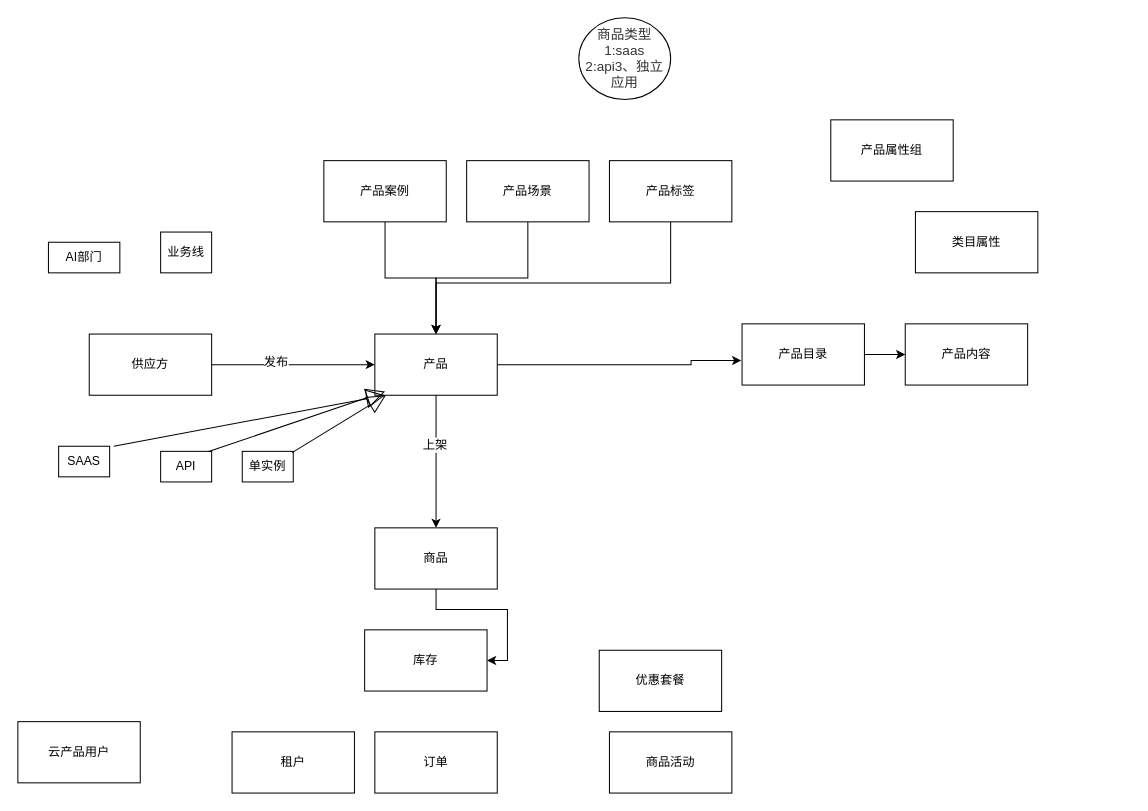
Before: page "Page-4" (4 of 4) of 微医云模块.drawio in liaosg/test, a draw.io diagram. Source tidied: cells renumbered, new cells numbered last; positions are measured from the earlier drawing's top-left corner, leaving out a move shared by most shapes. Both pictures are drawn from the tidied source at 102%, with x=0, y=0 at pixel (17, 17).
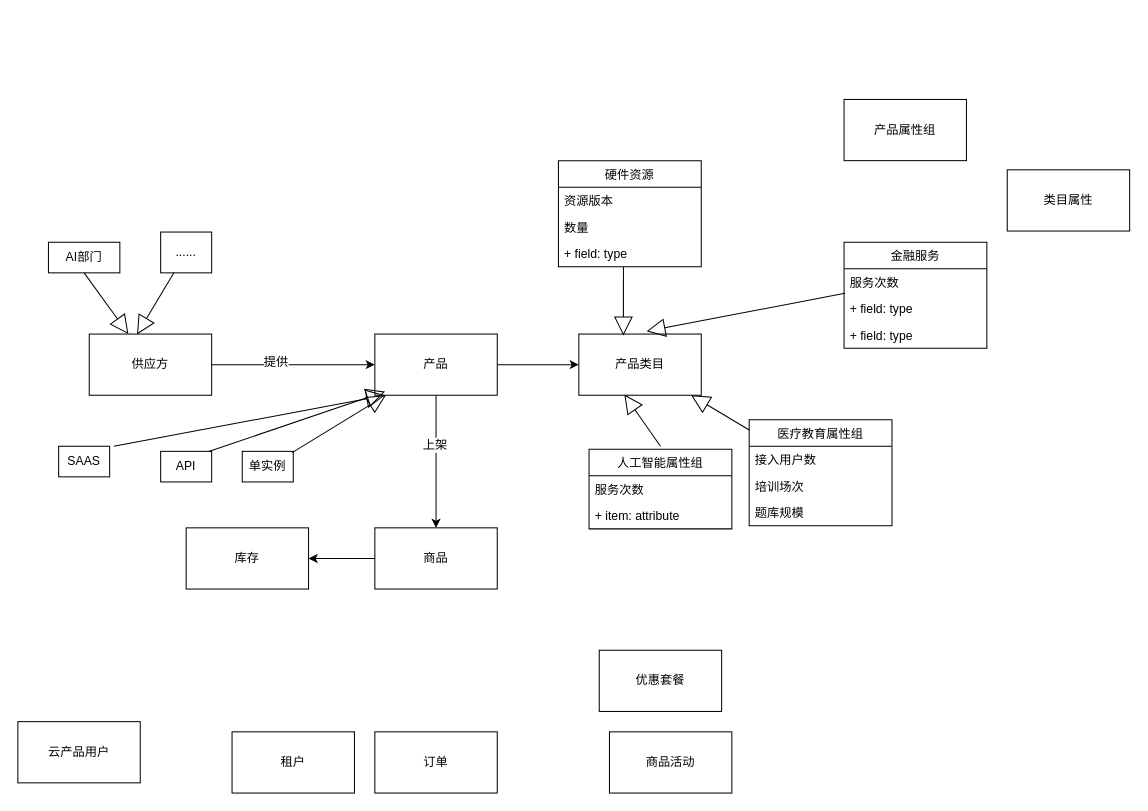
Above is the later version.

Commit message:
Update 微医云模块.drawio

The change refers to these unchanged cells:
```xml
<mxCell id="5" value="产品" style="rounded=0;whiteSpace=wrap;html=1;" parent="1" vertex="1">
  <mxGeometry x="350" y="310" width="120" height="60" as="geometry" />
</mxCell>
<mxCell id="6" value="AI部门" style="rounded=0;whiteSpace=wrap;html=1;" parent="1" vertex="1">
  <mxGeometry x="30" y="220" width="70" height="30" as="geometry" />
</mxCell>
<mxCell id="7" style="edgeStyle=orthogonalEdgeStyle;rounded=0;jettySize=auto;html=1;entryX=0;entryY=0.5;entryDx=0;entryDy=0;" parent="1" edge="1" source="9" target="5">
  <mxGeometry relative="1" as="geometry" />
</mxCell>
<mxCell id="9" value="供应方" style="rounded=0;whiteSpace=wrap;html=1;" parent="1" vertex="1">
  <mxGeometry x="70" y="310" width="120" height="60" as="geometry" />
</mxCell>
```

The edit, as a diff of the source:
```diff
@@
-    <mxCell id="4" style="edgeStyle=orthogonalEdgeStyle;rounded=0;jettySize=auto;html=1;entryX=-0.007;entryY=0.598;entryDx=0;entryDy=0;entryPerimeter=0;" parent="1" edge="1" source="5" target="12">
-      <mxGeometry relative="1" as="geometry">
-        <Array as="points">
-          <mxPoint x="660" y="340" />
-          <mxPoint x="660" y="336" />
-        </Array>
-      </mxGeometry>
+    <mxCell id="4" style="edgeStyle=orthogonalEdgeStyle;rounded=0;jettySize=auto;html=1;entryX=0;entryY=0.5;entryDx=0;entryDy=0;" parent="1" edge="1" source="5" target="12">
+      <mxGeometry relative="1" as="geometry" />
     </mxCell>
@@
-    <mxCell id="8" value="发布" style="text;html=1;align=center;verticalAlign=middle;labelBackgroundColor=#ffffff;" parent="7" vertex="1">
+    <mxCell id="8" value="提供" style="text;html=1;align=center;verticalAlign=middle;labelBackgroundColor=#ffffff;" parent="7" vertex="1">
       <mxGeometry x="-0.23" y="3" relative="1" as="geometry" />
     </mxCell>
@@
-    <mxCell id="10" value="业务线" style="rounded=0;whiteSpace=wrap;html=1;" parent="1" vertex="1">
+    <mxCell id="10" value="......" style="rounded=0;whiteSpace=wrap;html=1;" parent="1" vertex="1">
       <mxGeometry x="140" y="210" width="50" height="40" as="geometry" />
     </mxCell>
-    <mxCell id="11" style="edgeStyle=orthogonalEdgeStyle;rounded=0;jettySize=auto;html=1;" parent="1" edge="1" source="12" target="30">
-      <mxGeometry relative="1" as="geometry" />
-    </mxCell>
-    <mxCell id="12" value="产品目录" style="rounded=0;whiteSpace=wrap;html=1;" parent="1" vertex="1">
-      <mxGeometry x="710" y="300" width="120" height="60" as="geometry" />
+    <mxCell id="12" value="产品类目" style="rounded=0;whiteSpace=wrap;html=1;" parent="1" vertex="1">
+      <mxGeometry x="550" y="310" width="120" height="60" as="geometry" />
     </mxCell>
@@
     <mxCell id="18" value="类目属性" style="rounded=0;whiteSpace=wrap;html=1;" parent="1" vertex="1">
-      <mxGeometry x="880" y="190" width="120" height="60" as="geometry" />
+      <mxGeometry x="970" y="149" width="120" height="60" as="geometry" />
     </mxCell>
     <mxCell id="19" value="产品属性组" style="rounded=0;whiteSpace=wrap;html=1;" parent="1" vertex="1">
-      <mxGeometry x="797" y="100" width="120" height="60" as="geometry" />
+      <mxGeometry x="810" y="80" width="120" height="60" as="geometry" />
     </mxCell>
     <mxCell id="20" value="库存" style="rounded=0;whiteSpace=wrap;html=1;" parent="1" vertex="1">
-      <mxGeometry x="340" y="600" width="120" height="60" as="geometry" />
+      <mxGeometry x="165" y="500" width="120" height="60" as="geometry" />
     </mxCell>
@@
-    <mxCell id="23" value="&lt;span style=&quot;color: rgb(51 , 51 , 51) ; font-family: &amp;#34;arial&amp;#34; , &amp;#34;helvetica&amp;#34; , &amp;#34;freesans&amp;#34; , sans-serif ; font-size: 13.3333px ; text-align: left ; white-space: normal ; background-color: rgb(255 , 255 , 255)&quot;&gt;商品类型 1:saas 2:api3、独立应用&lt;/span&gt;" style="ellipse;whiteSpace=wrap;html=1;" parent="1" vertex="1">
-      <mxGeometry x="550" width="90" height="80" as="geometry" />
-    </mxCell>
-    <mxCell id="24" style="edgeStyle=orthogonalEdgeStyle;rounded=0;jettySize=auto;html=1;entryX=0.5;entryY=0;entryDx=0;entryDy=0;" parent="1" edge="1" source="25" target="5">
-      <mxGeometry relative="1" as="geometry" />
-    </mxCell>
-    <mxCell id="25" value="产品案例" style="rounded=0;whiteSpace=wrap;html=1;" parent="1" vertex="1">
-      <mxGeometry x="300" y="140" width="120" height="60" as="geometry" />
-    </mxCell>
-    <mxCell id="26" style="edgeStyle=orthogonalEdgeStyle;rounded=0;jettySize=auto;html=1;entryX=0.5;entryY=0;entryDx=0;entryDy=0;" parent="1" edge="1" source="27" target="5">
-      <mxGeometry relative="1" as="geometry" />
-    </mxCell>
-    <mxCell id="27" value="产品场景" style="rounded=0;whiteSpace=wrap;html=1;" parent="1" vertex="1">
-      <mxGeometry x="440" y="140" width="120" height="60" as="geometry" />
-    </mxCell>
-    <mxCell id="28" style="edgeStyle=orthogonalEdgeStyle;rounded=0;jettySize=auto;html=1;" parent="1" edge="1" source="29">
-      <mxGeometry relative="1" as="geometry">
-        <mxPoint x="410" y="310" as="targetPoint" />
-        <Array as="points">
-          <mxPoint x="640" y="260" />
-          <mxPoint x="410" y="260" />
-        </Array>
-      </mxGeometry>
-    </mxCell>
-    <mxCell id="29" value="产品标签" style="rounded=0;whiteSpace=wrap;html=1;" parent="1" vertex="1">
-      <mxGeometry x="580" y="140" width="120" height="60" as="geometry" />
-    </mxCell>
-    <mxCell id="30" value="产品内容" style="rounded=0;whiteSpace=wrap;html=1;" parent="1" vertex="1">
-      <mxGeometry x="870" y="300" width="120" height="60" as="geometry" />
-    </mxCell>
@@
+    <mxCell id="37" style="endArrow=block;endSize=16;endFill=0;html=1;exitX=0.5;exitY=1;exitDx=0;exitDy=0;" parent="1" edge="1" source="6" target="9">
+      <mxGeometry relative="1" as="geometry" />
+    </mxCell>
+    <mxCell id="38" style="endArrow=block;endSize=16;endFill=0;html=1;entryX=0.39;entryY=0.006;entryDx=0;entryDy=0;entryPerimeter=0;" parent="1" edge="1" source="10" target="9">
+      <mxGeometry relative="1" as="geometry" />
+    </mxCell>
+    <mxCell id="39" style="endArrow=block;endSize=16;endFill=0;html=1;entryX=0.553;entryY=-0.045;entryDx=0;entryDy=0;entryPerimeter=0;exitX=0.006;exitY=-0.075;exitDx=0;exitDy=0;exitPerimeter=0;" parent="1" edge="1" source="54" target="12">
+      <mxGeometry relative="1" as="geometry" />
+    </mxCell>
+    <mxCell id="40" value="人工智能属性组" style="swimlane;fontStyle=0;horizontal=1;startSize=26;fillColor=none;" parent="1" vertex="1">
+      <mxGeometry x="560" y="423" width="140" height="78" as="geometry" />
+    </mxCell>
+    <mxCell id="41" value="服务次数" style="text;strokeColor=none;fillColor=none;align=left;verticalAlign=top;spacingLeft=4;spacingRight=4;overflow=hidden;" parent="40" vertex="1">
+      <mxGeometry y="26" width="140" height="26" as="geometry" />
+    </mxCell>
+    <mxCell id="42" value="+ item: attribute" style="text;strokeColor=none;fillColor=none;align=left;verticalAlign=top;spacingLeft=4;spacingRight=4;overflow=hidden;" parent="40" vertex="1">
+      <mxGeometry y="52" width="140" height="26" as="geometry" />
+    </mxCell>
+    <mxCell id="43" style="endArrow=block;endSize=16;endFill=0;html=1;entryX=0.372;entryY=0.989;entryDx=0;entryDy=0;entryPerimeter=0;" parent="1" edge="1" target="12">
+      <mxGeometry relative="1" as="geometry">
+        <mxPoint x="630" y="420" as="sourcePoint" />
+      </mxGeometry>
+    </mxCell>
+    <mxCell id="44" value="医疗教育属性组" style="swimlane;fontStyle=0;horizontal=1;startSize=26;fillColor=none;" parent="1" vertex="1">
+      <mxGeometry x="717" y="394" width="140" height="104" as="geometry" />
+    </mxCell>
+    <mxCell id="45" value="接入用户数" style="text;strokeColor=none;fillColor=none;align=left;verticalAlign=top;spacingLeft=4;spacingRight=4;overflow=hidden;" parent="44" vertex="1">
+      <mxGeometry y="26" width="140" height="26" as="geometry" />
+    </mxCell>
+    <mxCell id="46" value="培训场次" style="text;strokeColor=none;fillColor=none;align=left;verticalAlign=top;spacingLeft=4;spacingRight=4;overflow=hidden;" parent="44" vertex="1">
+      <mxGeometry y="52" width="140" height="26" as="geometry" />
+    </mxCell>
+    <mxCell id="47" value="题库规模" style="text;strokeColor=none;fillColor=none;align=left;verticalAlign=top;spacingLeft=4;spacingRight=4;overflow=hidden;" parent="44" vertex="1">
+      <mxGeometry y="78" width="140" height="26" as="geometry" />
+    </mxCell>
+    <mxCell id="48" value="硬件资源" style="swimlane;fontStyle=0;horizontal=1;startSize=26;fillColor=none;" parent="1" vertex="1">
+      <mxGeometry x="530" y="140" width="140" height="104" as="geometry" />
+    </mxCell>
+    <mxCell id="49" value="资源版本" style="text;strokeColor=none;fillColor=none;align=left;verticalAlign=top;spacingLeft=4;spacingRight=4;overflow=hidden;" parent="48" vertex="1">
+      <mxGeometry y="26" width="140" height="26" as="geometry" />
+    </mxCell>
+    <mxCell id="50" value="数量" style="text;strokeColor=none;fillColor=none;align=left;verticalAlign=top;spacingLeft=4;spacingRight=4;overflow=hidden;" parent="48" vertex="1">
+      <mxGeometry y="52" width="140" height="26" as="geometry" />
+    </mxCell>
+    <mxCell id="51" value="+ field: type" style="text;strokeColor=none;fillColor=none;align=left;verticalAlign=top;spacingLeft=4;spacingRight=4;overflow=hidden;points=[[0,0.5],[1,0.5]];portConstraint=eastwest;" parent="48" vertex="1">
+      <mxGeometry y="78" width="140" height="26" as="geometry" />
+    </mxCell>
+    <mxCell id="52" value="金融服务" style="swimlane;fontStyle=0;horizontal=1;startSize=26;fillColor=none;" parent="1" vertex="1">
+      <mxGeometry x="810" y="220" width="140" height="104" as="geometry" />
+    </mxCell>
+    <mxCell id="53" value="服务次数" style="text;strokeColor=none;fillColor=none;align=left;verticalAlign=top;spacingLeft=4;spacingRight=4;overflow=hidden;" parent="52" vertex="1">
+      <mxGeometry y="26" width="140" height="26" as="geometry" />
+    </mxCell>
+    <mxCell id="54" value="+ field: type" style="text;strokeColor=none;fillColor=none;align=left;verticalAlign=top;spacingLeft=4;spacingRight=4;overflow=hidden;points=[[0,0.5],[1,0.5]];portConstraint=eastwest;" parent="52" vertex="1">
+      <mxGeometry y="52" width="140" height="26" as="geometry" />
+    </mxCell>
+    <mxCell id="55" value="+ field: type" style="text;strokeColor=none;fillColor=none;align=left;verticalAlign=top;spacingLeft=4;spacingRight=4;overflow=hidden;" parent="52" vertex="1">
+      <mxGeometry y="78" width="140" height="26" as="geometry" />
+    </mxCell>
+    <mxCell id="56" style="endArrow=block;endSize=16;endFill=0;html=1;" parent="1" edge="1" source="44" target="12">
+      <mxGeometry relative="1" as="geometry" />
+    </mxCell>
+    <mxCell id="57" style="endArrow=block;endSize=16;endFill=0;html=1;entryX=0.364;entryY=0.024;entryDx=0;entryDy=0;entryPerimeter=0;exitX=0.455;exitY=1.007;exitDx=0;exitDy=0;exitPerimeter=0;" parent="1" edge="1" source="51" target="12">
+      <mxGeometry relative="1" as="geometry" />
+    </mxCell>
```
